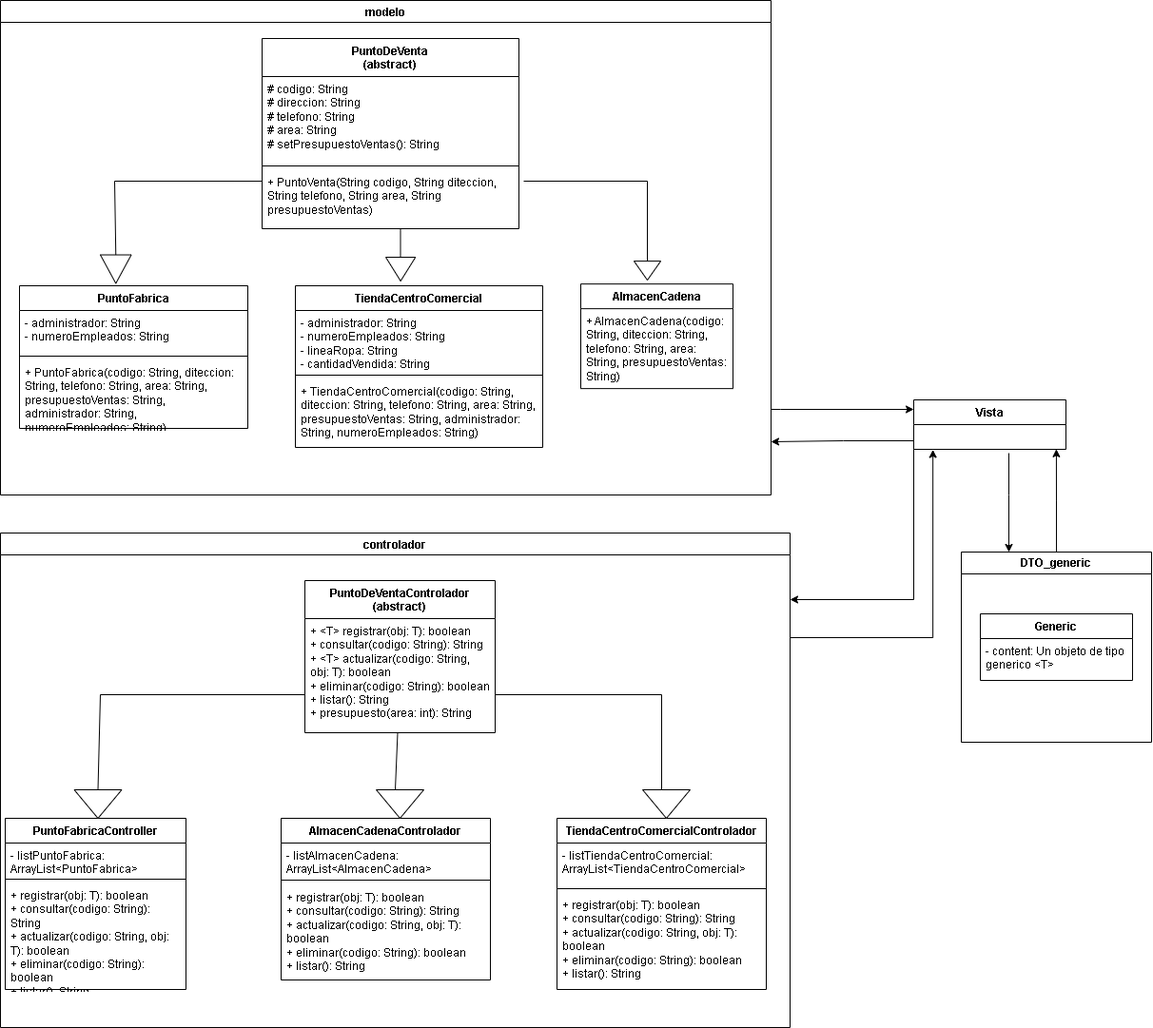
Above: TallerFinalPunto3.drawio.png in AngelDavidGutierrez/TallerFinalPunto3 (draw.io), before the change. Source tidied: cells renumbered, new cells last; positions are measured from the earlier drawing's top-left corner, leaving out a move shared by most shapes.
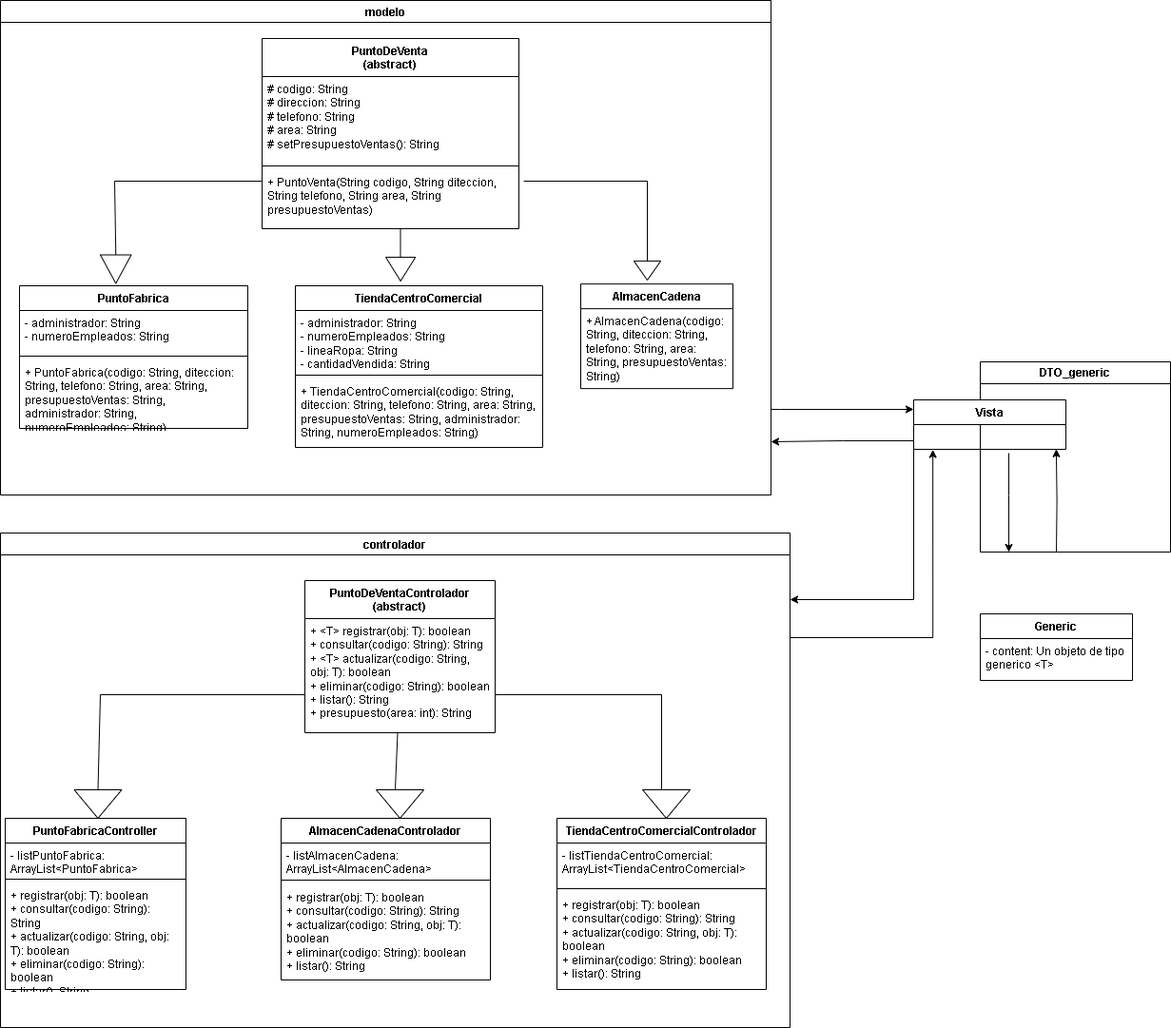
Above is the later version.

The edit, as a diff of the source:
```diff
@@ -168,13 +168,14 @@
     <mxCell id="46" value="- content: Un objeto de tipo generico &amp;lt;T&amp;gt;" style="text;strokeColor=none;fillColor=none;align=left;verticalAlign=top;spacingLeft=4;spacingRight=4;overflow=hidden;whiteSpace=wrap;html=1;" parent="45" vertex="1">
       <mxGeometry y="26" width="160" height="44" as="geometry" />
     </mxCell>
-    <mxCell id="47" style="edgeStyle=orthogonalEdgeStyle;rounded=0;jettySize=auto;html=1;entryX=0.937;entryY=0.993;entryDx=0;entryDy=0;entryPerimeter=0;" parent="1" edge="1" source="48">
+    <mxCell id="47" style="edgeStyle=orthogonalEdgeStyle;rounded=0;orthogonalLoop=1;jettySize=auto;html=1;entryX=0.937;entryY=0.993;entryDx=0;entryDy=0;entryPerimeter=0;" parent="1" edge="1">
       <mxGeometry relative="1" as="geometry">
+        <mxPoint x="1110" y="580" as="sourcePoint" />
         <mxPoint x="1109.9" y="471.8" as="targetPoint" />
       </mxGeometry>
     </mxCell>
     <mxCell id="48" value="DTO_generic" style="swimlane;whiteSpace=wrap;html=1;" parent="1" vertex="1">
-      <mxGeometry x="1010" y="580" width="200" height="200" as="geometry" />
+      <mxGeometry x="1030" y="380" width="200" height="200" as="geometry" />
     </mxCell>
     <mxCell id="49" style="edgeStyle=orthogonalEdgeStyle;rounded=0;jettySize=auto;html=1;" parent="1" edge="1" source="50">
       <mxGeometry relative="1" as="geometry">
@@ -197,9 +198,10 @@
         </Array>
       </mxGeometry>
     </mxCell>
-    <mxCell id="52" style="edgeStyle=orthogonalEdgeStyle;rounded=0;jettySize=auto;html=1;entryX=0.25;entryY=0;entryDx=0;entryDy=0;exitX=0.625;exitY=1.154;exitDx=0;exitDy=0;exitPerimeter=0;" parent="1" edge="1" target="48">
+    <mxCell id="52" style="edgeStyle=orthogonalEdgeStyle;rounded=0;orthogonalLoop=1;jettySize=auto;html=1;entryX=0.25;entryY=0;entryDx=0;entryDy=0;exitX=0.625;exitY=1.154;exitDx=0;exitDy=0;exitPerimeter=0;" parent="1" edge="1">
       <mxGeometry relative="1" as="geometry">
         <mxPoint x="1060" y="476" as="sourcePoint" />
+        <mxPoint x="1060" y="580" as="targetPoint" />
         <Array as="points">
           <mxPoint x="1060" y="520" />
           <mxPoint x="1060" y="520" />
```
